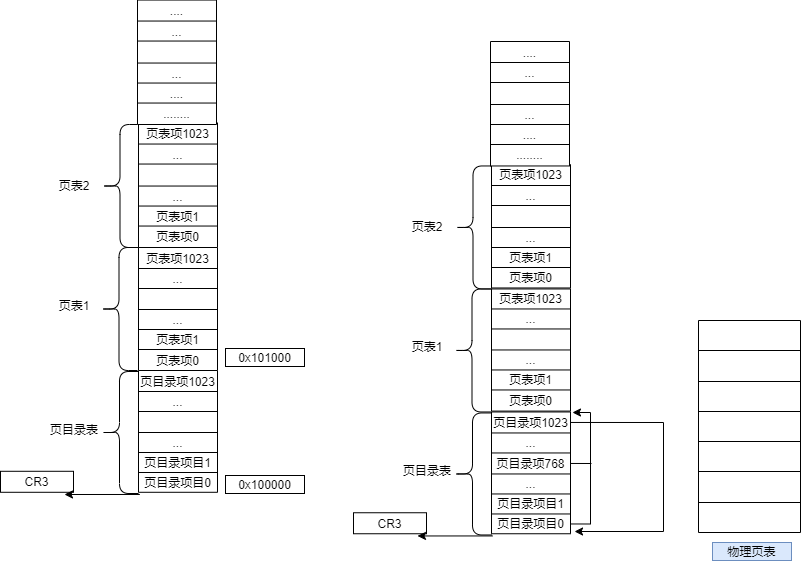
SixPlusAndTimes/drawio keeps this draw.io diagram as OS/OS分页机制.drawio.png. Above is the earlier version. Source tidied: cells renumbered, new cells last; positions are measured from the earlier drawing's top-left corner, leaving out a move shared by most shapes.
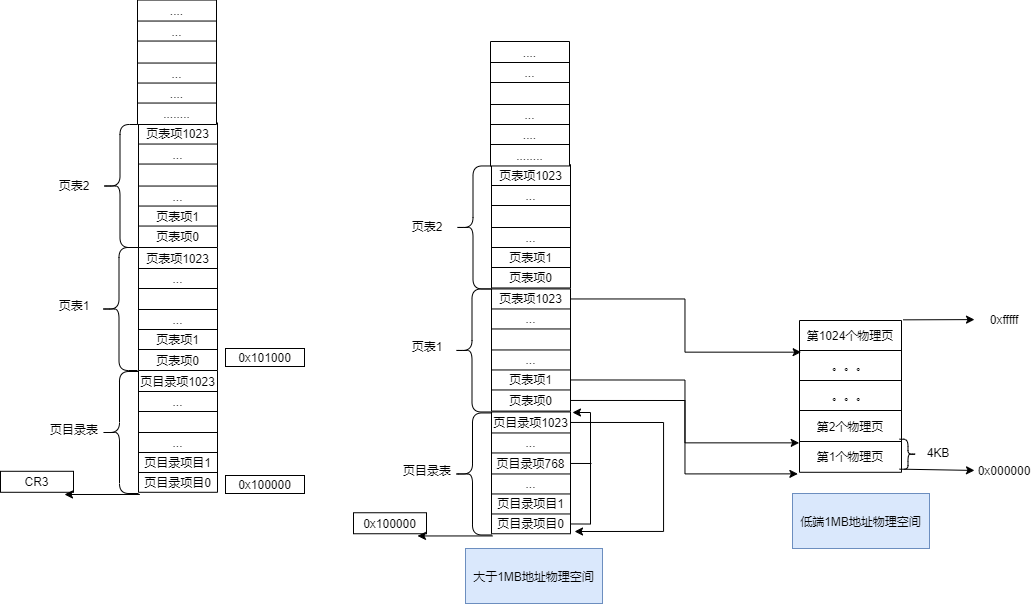
Above is the later version.

The edit, as a diff of the source:
```diff
@@ -372,7 +372,7 @@
     <mxCell id="122" value="........" style="shape=partialRectangle;html=1;whiteSpace=wrap;overflow=hidden;fillColor=none;top=0;left=0;bottom=0;right=0;" parent="121" vertex="1">
       <mxGeometry width="79" height="21" as="geometry" />
     </mxCell>
-    <mxCell id="123" value="CR3" style="rounded=0;whiteSpace=wrap;html=1;" parent="1" vertex="1">
+    <mxCell id="123" value="0x100000" style="rounded=0;whiteSpace=wrap;html=1;" parent="1" vertex="1">
       <mxGeometry x="353" y="512.2" width="73" height="21" as="geometry" />
     </mxCell>
     <mxCell id="124" style="endArrow=classic;html=1;rounded=0;exitX=1.035;exitY=1.008;exitDx=0;exitDy=0;exitPerimeter=0;" parent="1" edge="1" source="91">
@@ -380,53 +380,38 @@
         <mxPoint x="417" y="535.5" as="targetPoint" />
       </mxGeometry>
     </mxCell>
-    <mxCell id="125" value="物理页表" style="rounded=0;whiteSpace=wrap;html=1;fillColor=#dae8fc;strokeColor=#6c8ebf;" parent="1" vertex="1">
-      <mxGeometry x="712" y="542" width="79" height="18" as="geometry" />
-    </mxCell>
     <mxCell id="126" style="shape=table;startSize=0;" parent="1" vertex="1">
-      <mxGeometry x="698" y="320" width="102" height="212" as="geometry" />
+      <mxGeometry x="799" y="320" width="102" height="151.8" as="geometry" />
     </mxCell>
-    <mxCell id="127" style="shape=tableRow;horizontal=0;startSize=0;swimlaneHead=0;swimlaneBody=0;top=0;left=0;bottom=0;right=0;fillColor=none;" parent="126" vertex="1">
-      <mxGeometry width="102" height="30" as="geometry" />
-    </mxCell>
-    <mxCell id="128" style="shape=partialRectangle;html=1;whiteSpace=wrap;overflow=hidden;fillColor=none;top=0;left=0;bottom=0;right=0;" parent="127" vertex="1">
-      <mxGeometry width="102" height="30" as="geometry" />
-    </mxCell>
-    <mxCell id="129" style="shape=tableRow;horizontal=0;startSize=0;swimlaneHead=0;swimlaneBody=0;top=0;left=0;bottom=0;right=0;fillColor=none;" parent="126" vertex="1">
-      <mxGeometry y="30" width="102" height="31" as="geometry" />
-    </mxCell>
-    <mxCell id="130" style="shape=partialRectangle;html=1;whiteSpace=wrap;overflow=hidden;fillColor=none;top=0;left=0;bottom=0;right=0;" parent="129" vertex="1">
-      <mxGeometry width="102" height="31" as="geometry" />
-    </mxCell>
     <mxCell id="131" style="shape=tableRow;horizontal=0;startSize=0;swimlaneHead=0;swimlaneBody=0;top=0;left=0;bottom=0;right=0;fillColor=none;points=[[0,0.5],[1,0.5]];portConstraint=eastwest;" parent="126" vertex="1">
-      <mxGeometry y="61" width="102" height="30" as="geometry" />
+      <mxGeometry width="102" height="30" as="geometry" />
     </mxCell>
-    <mxCell id="132" style="shape=partialRectangle;html=1;whiteSpace=wrap;overflow=hidden;fillColor=none;top=0;left=0;bottom=0;right=0;" parent="131" vertex="1">
+    <mxCell id="132" value="第1024个物理页" style="shape=partialRectangle;html=1;whiteSpace=wrap;overflow=hidden;fillColor=none;top=0;left=0;bottom=0;right=0;" parent="131" vertex="1">
       <mxGeometry width="102" height="30" as="geometry" />
     </mxCell>
     <mxCell id="133" style="shape=tableRow;horizontal=0;startSize=0;swimlaneHead=0;swimlaneBody=0;top=0;left=0;bottom=0;right=0;fillColor=none;points=[[0,0.5],[1,0.5]];portConstraint=eastwest;" parent="126" vertex="1">
-      <mxGeometry y="91" width="102" height="30" as="geometry" />
+      <mxGeometry y="30" width="102" height="30" as="geometry" />
     </mxCell>
-    <mxCell id="134" style="shape=partialRectangle;html=1;whiteSpace=wrap;overflow=hidden;fillColor=none;top=0;left=0;bottom=0;right=0;" parent="133" vertex="1">
+    <mxCell id="134" value="。。。" style="shape=partialRectangle;html=1;whiteSpace=wrap;overflow=hidden;fillColor=none;top=0;left=0;bottom=0;right=0;" parent="133" vertex="1">
       <mxGeometry width="102" height="30" as="geometry" />
     </mxCell>
     <mxCell id="135" style="shape=tableRow;horizontal=0;startSize=0;swimlaneHead=0;swimlaneBody=0;top=0;left=0;bottom=0;right=0;fillColor=none;" parent="126" vertex="1">
-      <mxGeometry y="121" width="102" height="30" as="geometry" />
+      <mxGeometry y="60" width="102" height="30" as="geometry" />
     </mxCell>
-    <mxCell id="136" style="shape=partialRectangle;html=1;whiteSpace=wrap;overflow=hidden;fillColor=none;top=0;left=0;bottom=0;right=0;" parent="135" vertex="1">
+    <mxCell id="136" value="。。。" style="shape=partialRectangle;html=1;whiteSpace=wrap;overflow=hidden;fillColor=none;top=0;left=0;bottom=0;right=0;" parent="135" vertex="1">
       <mxGeometry width="102" height="30" as="geometry" />
     </mxCell>
     <mxCell id="137" style="shape=tableRow;horizontal=0;startSize=0;swimlaneHead=0;swimlaneBody=0;top=0;left=0;bottom=0;right=0;fillColor=none;" parent="126" vertex="1">
-      <mxGeometry y="151" width="102" height="31" as="geometry" />
+      <mxGeometry y="90" width="102" height="31" as="geometry" />
     </mxCell>
-    <mxCell id="138" style="shape=partialRectangle;html=1;whiteSpace=wrap;overflow=hidden;fillColor=none;top=0;left=0;bottom=0;right=0;" parent="137" vertex="1">
+    <mxCell id="138" value="第2个物理页" style="shape=partialRectangle;html=1;whiteSpace=wrap;overflow=hidden;fillColor=none;top=0;left=0;bottom=0;right=0;" parent="137" vertex="1">
       <mxGeometry width="102" height="31" as="geometry" />
     </mxCell>
     <mxCell id="139" style="shape=tableRow;horizontal=0;startSize=0;swimlaneHead=0;swimlaneBody=0;top=0;left=0;bottom=0;right=0;fillColor=none;points=[[0,0.5],[1,0.5]];portConstraint=eastwest;" parent="126" vertex="1">
-      <mxGeometry y="182" width="102" height="30" as="geometry" />
+      <mxGeometry y="121" width="102" height="31" as="geometry" />
     </mxCell>
-    <mxCell id="140" style="shape=partialRectangle;html=1;whiteSpace=wrap;overflow=hidden;fillColor=none;top=0;left=0;bottom=0;right=0;" parent="139" vertex="1">
-      <mxGeometry width="102" height="30" as="geometry" />
+    <mxCell id="140" value="第1个物理页" style="shape=partialRectangle;html=1;whiteSpace=wrap;overflow=hidden;fillColor=none;top=0;left=0;bottom=0;right=0;" parent="139" vertex="1">
+      <mxGeometry width="102" height="31" as="geometry" />
     </mxCell>
     <mxCell id="141" style="edgeStyle=orthogonalEdgeStyle;rounded=0;jettySize=auto;html=1;exitX=1;exitY=0.5;exitDx=0;exitDy=0;entryX=1.025;entryY=1.073;entryDx=0;entryDy=0;entryPerimeter=0;" parent="1" edge="1" source="75" target="89">
       <mxGeometry relative="1" as="geometry" />
@@ -436,5 +421,38 @@
         <mxPoint x="591" y="463" as="targetPoint" />
       </mxGeometry>
     </mxCell>
+    <mxCell id="143" style="edgeStyle=orthogonalEdgeStyle;rounded=0;jettySize=auto;html=1;exitX=1;exitY=0.5;exitDx=0;exitDy=0;entryX=-0.016;entryY=1.044;entryDx=0;entryDy=0;entryPerimeter=0;" parent="1" edge="1" source="89" target="139">
+      <mxGeometry relative="1" as="geometry" />
+    </mxCell>
+    <mxCell id="144" style="edgeStyle=orthogonalEdgeStyle;rounded=0;jettySize=auto;html=1;exitX=1;exitY=0.5;exitDx=0;exitDy=0;entryX=-0.003;entryY=0.044;entryDx=0;entryDy=0;entryPerimeter=0;" parent="1" edge="1" source="87" target="139">
+      <mxGeometry relative="1" as="geometry" />
+    </mxCell>
+    <mxCell id="145" style="edgeStyle=orthogonalEdgeStyle;rounded=0;jettySize=auto;html=1;exitX=1;exitY=0.5;exitDx=0;exitDy=0;entryX=0.016;entryY=0.056;entryDx=0;entryDy=0;entryPerimeter=0;" parent="1" edge="1" source="79" target="133">
+      <mxGeometry relative="1" as="geometry" />
+    </mxCell>
+    <mxCell id="146" style="rounded=0;jettySize=auto;html=1;exitX=0.25;exitY=1;exitDx=0;exitDy=0;" parent="1" edge="1" source="147" target="149">
+      <mxGeometry relative="1" as="geometry" />
+    </mxCell>
+    <mxCell id="147" style="shape=curlyBracket;whiteSpace=wrap;html=1;rounded=1;flipH=1;size=0.5;" parent="1" vertex="1">
+      <mxGeometry x="899" y="438.7" width="17" height="30" as="geometry" />
+    </mxCell>
+    <mxCell id="148" value="4KB" style="text;html=1;strokeColor=none;fillColor=none;align=center;verticalAlign=middle;whiteSpace=wrap;rounded=0;" parent="1" vertex="1">
+      <mxGeometry x="908" y="437.5" width="60" height="30" as="geometry" />
+    </mxCell>
+    <mxCell id="149" value="0x000000" style="text;html=1;strokeColor=none;fillColor=none;align=center;verticalAlign=middle;whiteSpace=wrap;rounded=0;" parent="1" vertex="1">
+      <mxGeometry x="974" y="455.5" width="60" height="30" as="geometry" />
+    </mxCell>
+    <mxCell id="150" value="0xfffff" style="text;html=1;strokeColor=none;fillColor=none;align=center;verticalAlign=middle;whiteSpace=wrap;rounded=0;" parent="1" vertex="1">
+      <mxGeometry x="974" y="304" width="60" height="30" as="geometry" />
+    </mxCell>
+    <mxCell id="151" style="edgeStyle=none;rounded=0;jettySize=auto;html=1;exitX=1.016;exitY=-0.022;exitDx=0;exitDy=0;exitPerimeter=0;" parent="1" edge="1" source="131" target="150">
+      <mxGeometry relative="1" as="geometry" />
+    </mxCell>
+    <mxCell id="152" value="低端1MB地址物理空间" style="rounded=0;whiteSpace=wrap;html=1;fillColor=#dae8fc;strokeColor=#6c8ebf;" parent="1" vertex="1">
+      <mxGeometry x="792" y="493" width="137" height="55" as="geometry" />
+    </mxCell>
+    <mxCell id="153" value="大于1MB地址物理空间" style="rounded=0;whiteSpace=wrap;html=1;fillColor=#dae8fc;strokeColor=#6c8ebf;" parent="1" vertex="1">
+      <mxGeometry x="465" y="548" width="137" height="55" as="geometry" />
+    </mxCell>
   </root>
 </mxGraphModel>
```
